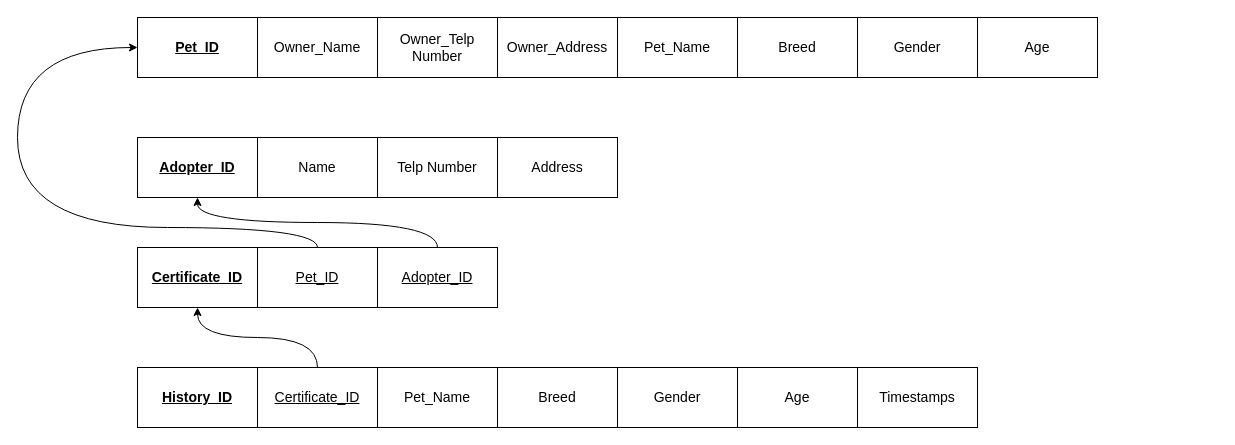
Above: page "Page-2" (2 of 2) of Untitled Diagram.drawio in arba2401/TugasAkhirBasdat (draw.io), before the change. Source tidied: cells renumbered, new cells numbered last; positions are measured from the earlier drawing's top-left corner, leaving out a move shared by most shapes. Both pictures are drawn from the tidied source at 100%, with x=0, y=0 at pixel (17, 17).
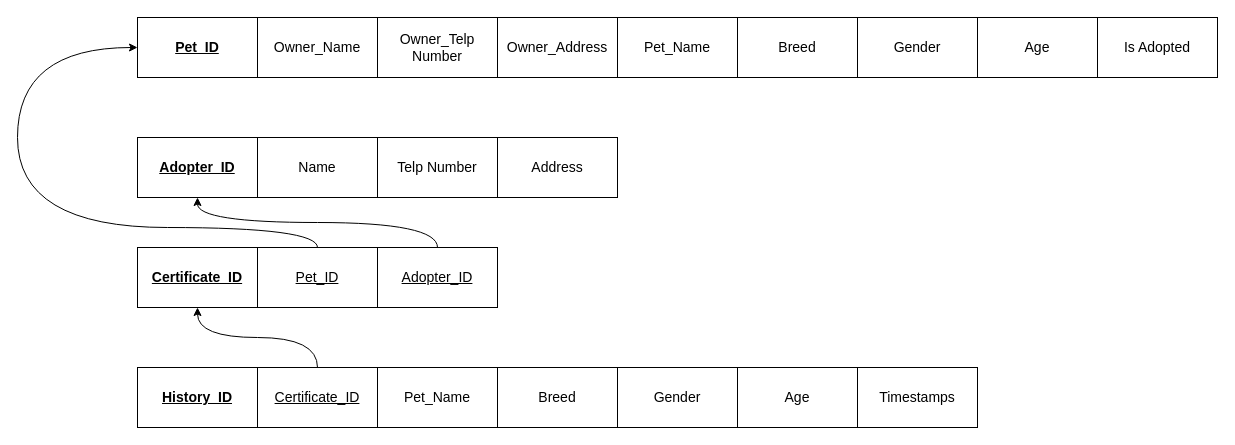
The same page after the edit.

Diff of the diagram source:
```diff
@@
+    <mxCell id="27" value="&lt;span style=&quot;font-size: 14px&quot;&gt;Is Adopted&lt;/span&gt;" style="rounded=0;whiteSpace=wrap;html=1;" parent="1" vertex="1">
+      <mxGeometry x="1080" width="120" height="60" as="geometry" />
+    </mxCell>
```
